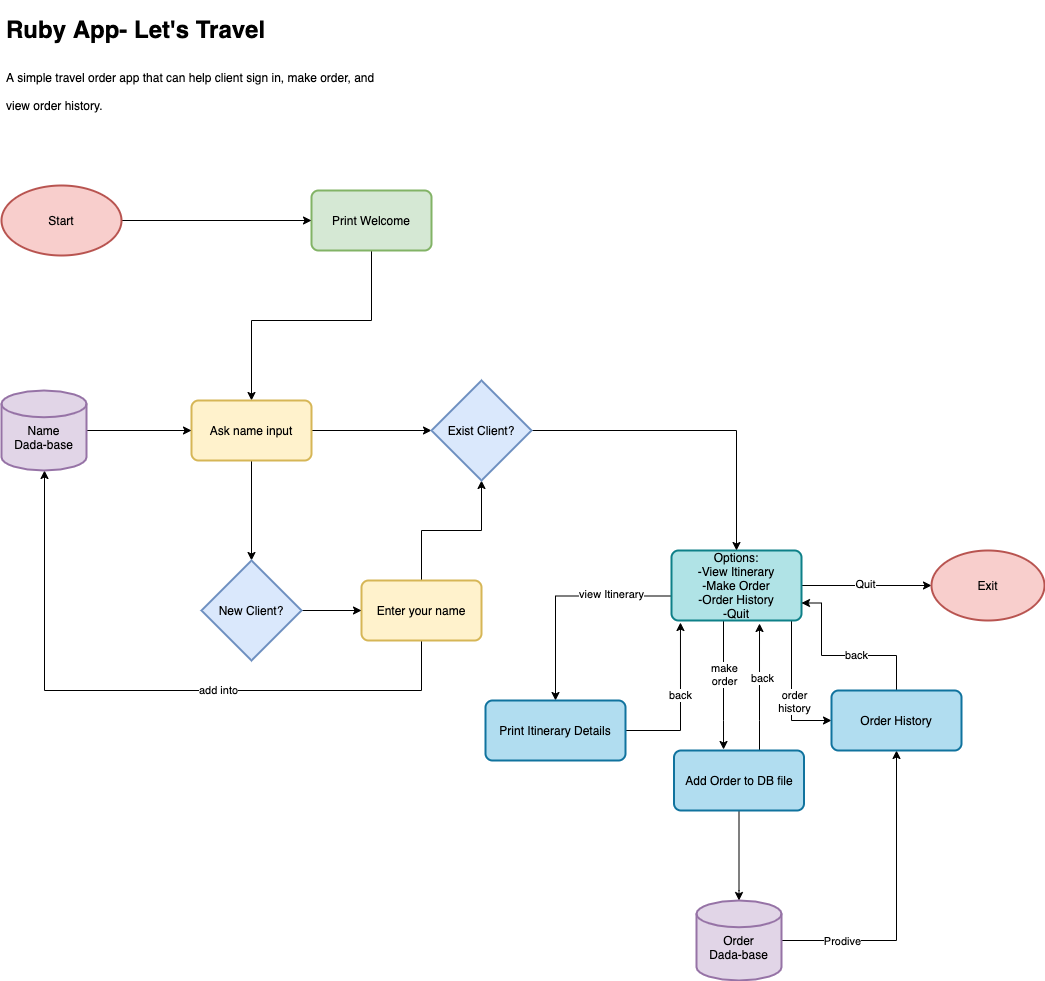
lanceliumeng/Terminal_Application keeps this draw.io diagram as docs/T1A3-Draft-Draw.png. Above is the earlier version. Source tidied: cells renumbered, new cells last; positions are measured from the earlier drawing's top-left corner, leaving out a move shared by most shapes.
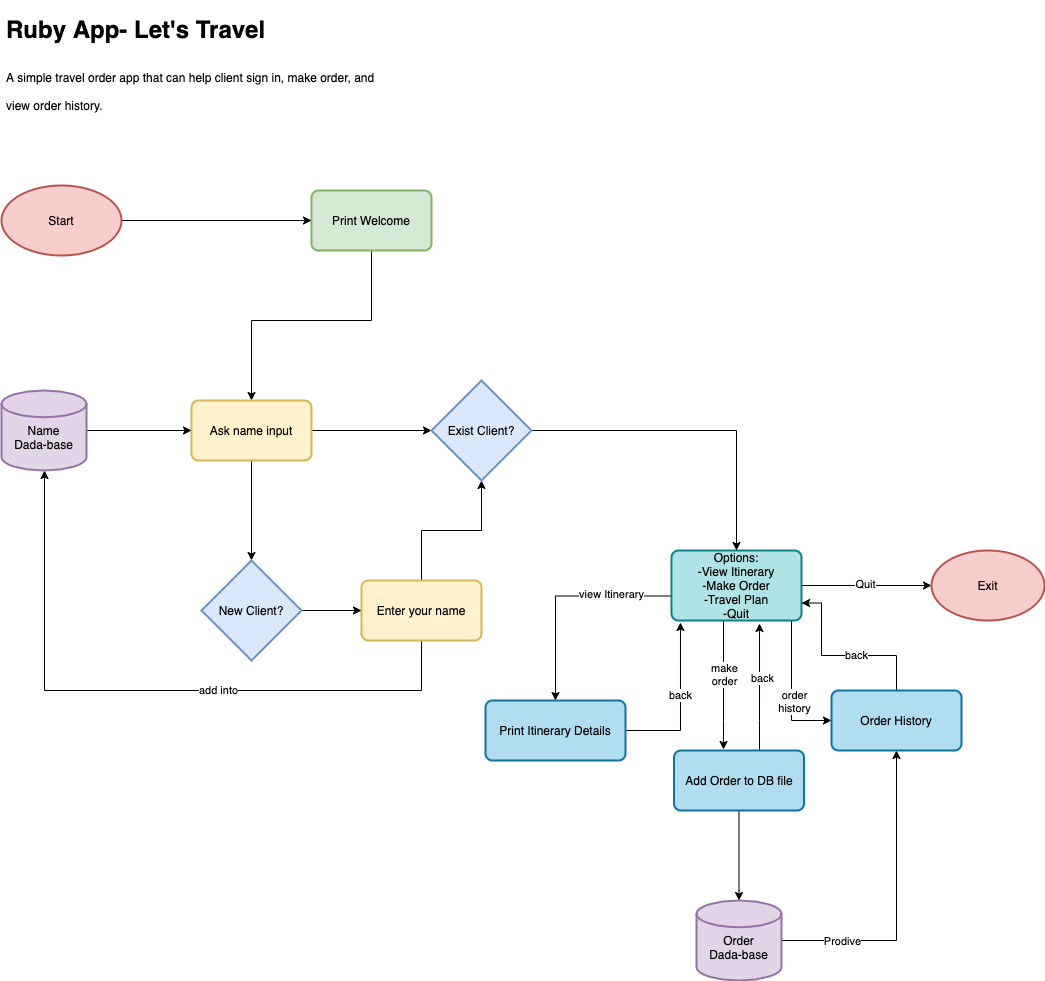
Above is the later version.

Change to the diagram source:
```diff
@@ -81,7 +81,7 @@
         <mxPoint y="30" as="offset" />
       </mxGeometry>
     </mxCell>
-    <mxCell id="20" value="Options:&lt;br&gt;-View Itinerary&lt;br&gt;-Make Order&lt;br&gt;-Order History&lt;br&gt;-Quit" style="rounded=1;whiteSpace=wrap;html=1;absoluteArcSize=1;arcSize=14;strokeWidth=2;fontSize=12;fillColor=#b0e3e6;strokeColor=#0e8088;" parent="1" vertex="1">
+    <mxCell id="20" value="Options:&lt;br&gt;-View Itinerary&lt;br&gt;-Make Order&lt;br&gt;-Travel Plan&lt;br&gt;-Quit" style="rounded=1;whiteSpace=wrap;html=1;absoluteArcSize=1;arcSize=14;strokeWidth=2;fontSize=12;fillColor=#b0e3e6;strokeColor=#0e8088;" parent="1" vertex="1">
       <mxGeometry x="670" y="540" width="130" height="70" as="geometry" />
     </mxCell>
     <mxCell id="21" style="edgeStyle=orthogonalEdgeStyle;rounded=0;jettySize=auto;html=1;entryX=0.5;entryY=0;entryDx=0;entryDy=0;" parent="1" edge="1" source="22" target="20">
```
